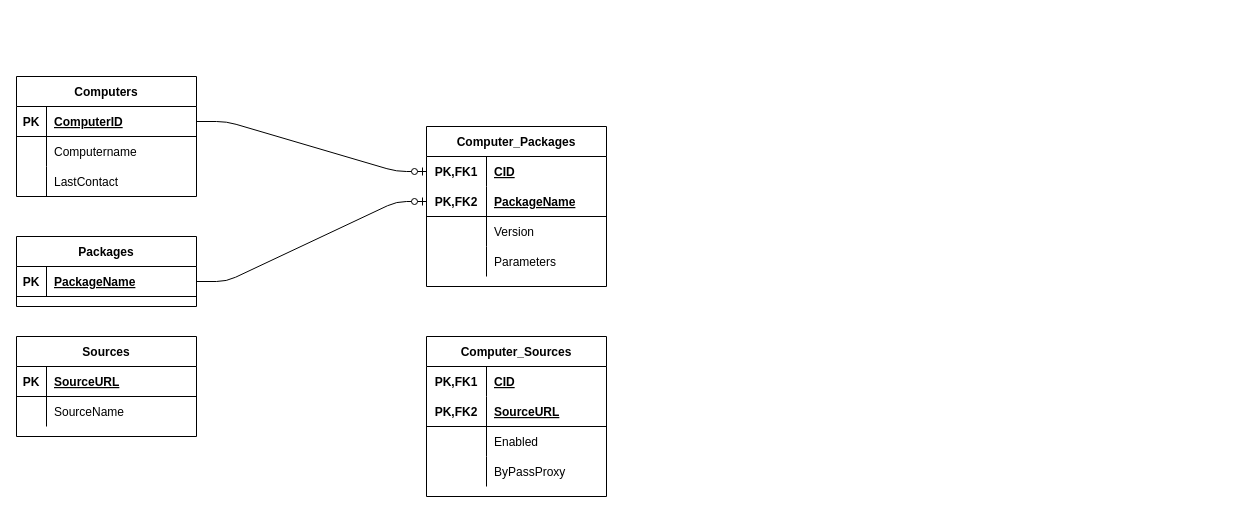
we-mi/ChocoStatServer keeps this draw.io diagram as doc/db.drawio. Above is the earlier version. Source tidied: cells renumbered, new cells numbered last; positions are measured from the earlier drawing's top-left corner, leaving out a move shared by most shapes. Both pictures are drawn from the tidied source at 100%, with x=0, y=0 at pixel (16, 76).
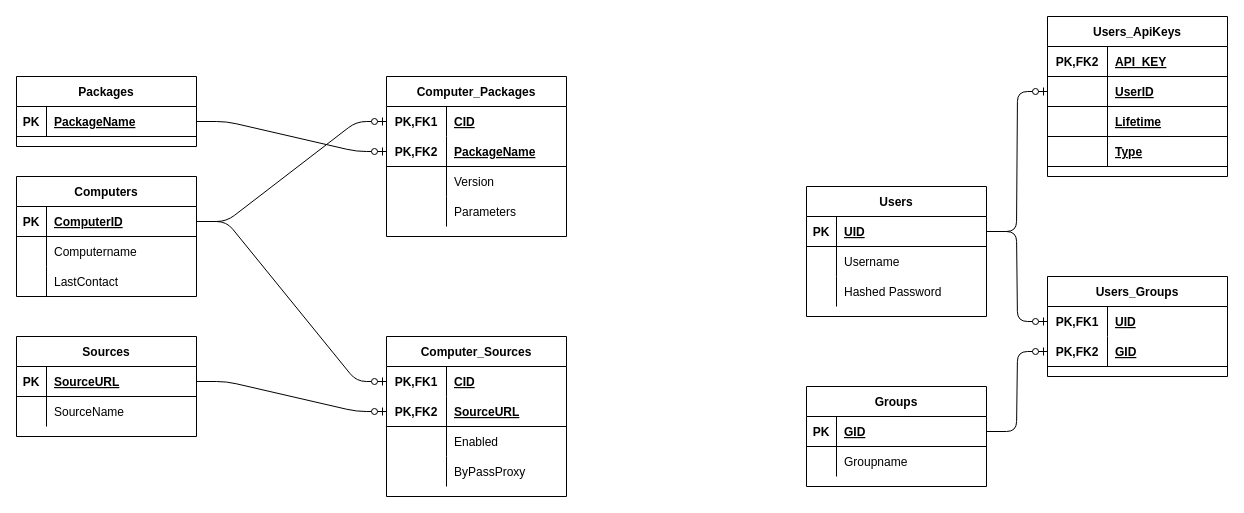
The same diagram, later.

Unchanged cells that the change refers to:
```xml
<mxCell id="3" style="shape=partialRectangle;fillColor=none;top=0;left=0;bottom=1;right=0;points=[[0,0.5],[1,0.5]];portConstraint=eastwest;" parent="2" vertex="1">
  <mxGeometry y="30" width="180" height="30" as="geometry" />
</mxCell>
<mxCell id="17" style="shape=partialRectangle;fillColor=none;top=0;left=0;bottom=1;right=0;points=[[0,0.5],[1,0.5]];portConstraint=eastwest;" parent="16" vertex="1">
  <mxGeometry y="30" width="180" height="30" as="geometry" />
</mxCell>
<mxCell id="39" style="shape=partialRectangle;fillColor=none;top=0;left=0;bottom=0;right=0;points=[[0,0.5],[1,0.5]];portConstraint=eastwest;" parent="38" vertex="1">
  <mxGeometry y="30" width="180" height="30" as="geometry" />
</mxCell>
<mxCell id="42" style="shape=partialRectangle;fillColor=none;top=0;left=0;bottom=1;right=0;points=[[0,0.5],[1,0.5]];portConstraint=eastwest;" parent="38" vertex="1">
  <mxGeometry y="60" width="180" height="30" as="geometry" />
</mxCell>
```

What changed in the source:
```diff
@@
     <mxCell id="2" value="Computers" style="shape=table;startSize=30;childLayout=tableLayout;rowLines=0;fontStyle=1;align=center;" parent="1" vertex="1">
-      <mxGeometry width="180" height="120" as="geometry" />
+      <mxGeometry y="100" width="180" height="120" as="geometry" />
     </mxCell>
@@
     <mxCell id="12" value="Packages" style="shape=table;startSize=30;childLayout=tableLayout;rowLines=0;fontStyle=1;align=center;" parent="1" vertex="1">
-      <mxGeometry y="160" width="180" height="70" as="geometry" />
+      <mxGeometry width="180" height="70" as="geometry" />
     </mxCell>
@@
     <mxCell id="23" value="Computer_Packages" style="shape=table;startSize=30;childLayout=tableLayout;rowLines=0;fontStyle=1;align=center;" parent="1" vertex="1">
-      <mxGeometry x="410" y="50" width="180" height="160" as="geometry" />
+      <mxGeometry x="370" width="180" height="160" as="geometry" />
     </mxCell>
@@
     <mxCell id="38" value="Computer_Sources" style="shape=table;startSize=30;childLayout=tableLayout;rowLines=0;fontStyle=1;align=center;" parent="1" vertex="1">
-      <mxGeometry x="410" y="260" width="180" height="160" as="geometry" />
+      <mxGeometry x="370" y="260" width="180" height="160" as="geometry" />
     </mxCell>
@@
+    <mxCell id="51" value="Users" style="shape=table;startSize=30;childLayout=tableLayout;rowLines=0;fontStyle=1;align=center;" parent="1" vertex="1">
+      <mxGeometry x="790" y="110" width="180" height="130" as="geometry" />
+    </mxCell>
+    <mxCell id="52" style="shape=partialRectangle;fillColor=none;top=0;left=0;bottom=1;right=0;points=[[0,0.5],[1,0.5]];portConstraint=eastwest;" parent="51" vertex="1">
+      <mxGeometry y="30" width="180" height="30" as="geometry" />
+    </mxCell>
+    <mxCell id="53" value="PK" style="shape=partialRectangle;fillColor=none;top=0;left=0;bottom=0;right=0;fontStyle=1;overflow=hidden;" parent="52" vertex="1">
+      <mxGeometry width="30" height="30" as="geometry" />
+    </mxCell>
+    <mxCell id="54" value="UID" style="shape=partialRectangle;fillColor=none;top=0;left=0;bottom=0;right=0;align=left;spacingLeft=6;fontStyle=5;overflow=hidden;" parent="52" vertex="1">
+      <mxGeometry x="30" width="150" height="30" as="geometry" />
+    </mxCell>
+    <mxCell id="55" style="shape=partialRectangle;fillColor=none;top=0;left=0;bottom=0;right=0;" parent="51" vertex="1">
+      <mxGeometry y="60" width="180" height="30" as="geometry" />
+    </mxCell>
+    <mxCell id="56" style="shape=partialRectangle;fillColor=none;top=0;left=0;bottom=0;right=0;overflow=hidden;" parent="55" vertex="1">
+      <mxGeometry width="30" height="30" as="geometry" />
+    </mxCell>
+    <mxCell id="57" value="Username" style="shape=partialRectangle;fillColor=none;top=0;left=0;bottom=0;right=0;align=left;spacingLeft=6;overflow=hidden;" parent="55" vertex="1">
+      <mxGeometry x="30" width="150" height="30" as="geometry" />
+    </mxCell>
+    <mxCell id="58" style="shape=partialRectangle;fillColor=none;top=0;left=0;bottom=0;right=0;" parent="51" vertex="1">
+      <mxGeometry y="90" width="180" height="30" as="geometry" />
+    </mxCell>
+    <mxCell id="59" style="shape=partialRectangle;fillColor=none;top=0;left=0;bottom=0;right=0;overflow=hidden;" parent="58" vertex="1">
+      <mxGeometry width="30" height="30" as="geometry" />
+    </mxCell>
+    <mxCell id="60" value="Hashed Password" style="shape=partialRectangle;fillColor=none;top=0;left=0;bottom=0;right=0;align=left;spacingLeft=6;overflow=hidden;" parent="58" vertex="1">
+      <mxGeometry x="30" width="150" height="30" as="geometry" />
+    </mxCell>
+    <mxCell id="61" value="Groups" style="shape=table;startSize=30;childLayout=tableLayout;rowLines=0;fontStyle=1;align=center;" parent="1" vertex="1">
+      <mxGeometry x="790" y="310" width="180" height="100" as="geometry" />
+    </mxCell>
+    <mxCell id="62" style="shape=partialRectangle;fillColor=none;top=0;left=0;bottom=1;right=0;points=[[0,0.5],[1,0.5]];portConstraint=eastwest;" parent="61" vertex="1">
+      <mxGeometry y="30" width="180" height="30" as="geometry" />
+    </mxCell>
+    <mxCell id="63" value="PK" style="shape=partialRectangle;fillColor=none;top=0;left=0;bottom=0;right=0;fontStyle=1;overflow=hidden;" parent="62" vertex="1">
+      <mxGeometry width="30" height="30" as="geometry" />
+    </mxCell>
+    <mxCell id="64" value="GID" style="shape=partialRectangle;fillColor=none;top=0;left=0;bottom=0;right=0;align=left;spacingLeft=6;fontStyle=5;overflow=hidden;" parent="62" vertex="1">
+      <mxGeometry x="30" width="150" height="30" as="geometry" />
+    </mxCell>
+    <mxCell id="65" style="shape=partialRectangle;fillColor=none;top=0;left=0;bottom=0;right=0;" parent="61" vertex="1">
+      <mxGeometry y="60" width="180" height="30" as="geometry" />
+    </mxCell>
+    <mxCell id="66" style="shape=partialRectangle;fillColor=none;top=0;left=0;bottom=0;right=0;overflow=hidden;" parent="65" vertex="1">
+      <mxGeometry width="30" height="30" as="geometry" />
+    </mxCell>
+    <mxCell id="67" value="Groupname" style="shape=partialRectangle;fillColor=none;top=0;left=0;bottom=0;right=0;align=left;spacingLeft=6;overflow=hidden;" parent="65" vertex="1">
+      <mxGeometry x="30" width="150" height="30" as="geometry" />
+    </mxCell>
+    <mxCell id="68" value="Users_Groups" style="shape=table;startSize=30;childLayout=tableLayout;rowLines=0;fontStyle=1;align=center;" parent="1" vertex="1">
+      <mxGeometry x="1031" y="200" width="180" height="100" as="geometry" />
+    </mxCell>
+    <mxCell id="69" style="shape=partialRectangle;fillColor=none;top=0;left=0;bottom=0;right=0;points=[[0,0.5],[1,0.5]];portConstraint=eastwest;" parent="68" vertex="1">
+      <mxGeometry y="30" width="180" height="30" as="geometry" />
+    </mxCell>
+    <mxCell id="70" value="PK,FK1" style="shape=partialRectangle;fillColor=none;top=0;left=0;bottom=0;right=0;fontStyle=1;overflow=hidden;" parent="69" vertex="1">
+      <mxGeometry width="60" height="30" as="geometry" />
+    </mxCell>
+    <mxCell id="71" value="UID" style="shape=partialRectangle;fillColor=none;top=0;left=0;bottom=0;right=0;align=left;spacingLeft=6;fontStyle=5;overflow=hidden;" parent="69" vertex="1">
+      <mxGeometry x="60" width="120" height="30" as="geometry" />
+    </mxCell>
+    <mxCell id="72" style="shape=partialRectangle;fillColor=none;top=0;left=0;bottom=1;right=0;points=[[0,0.5],[1,0.5]];portConstraint=eastwest;" parent="68" vertex="1">
+      <mxGeometry y="60" width="180" height="30" as="geometry" />
+    </mxCell>
+    <mxCell id="73" value="PK,FK2" style="shape=partialRectangle;fillColor=none;top=0;left=0;bottom=0;right=0;fontStyle=1;overflow=hidden;" parent="72" vertex="1">
+      <mxGeometry width="60" height="30" as="geometry" />
+    </mxCell>
+    <mxCell id="74" value="GID" style="shape=partialRectangle;fillColor=none;top=0;left=0;bottom=0;right=0;align=left;spacingLeft=6;fontStyle=5;overflow=hidden;" parent="72" vertex="1">
+      <mxGeometry x="60" width="120" height="30" as="geometry" />
+    </mxCell>
+    <mxCell id="75" style="edgeStyle=entityRelationEdgeStyle;fontSize=12;html=1;endArrow=ERzeroToOne;endFill=1;entryX=0;entryY=0.5;entryDx=0;entryDy=0;exitX=1;exitY=0.5;exitDx=0;exitDy=0;" parent="1" edge="1" source="52" target="69">
+      <mxGeometry relative="1" as="geometry" />
+    </mxCell>
+    <mxCell id="76" style="edgeStyle=entityRelationEdgeStyle;fontSize=12;html=1;endArrow=ERzeroToOne;endFill=1;exitX=1;exitY=0.5;exitDx=0;exitDy=0;entryX=0;entryY=0.5;entryDx=0;entryDy=0;" parent="1" edge="1" source="62" target="72">
+      <mxGeometry relative="1" as="geometry" />
+    </mxCell>
+    <mxCell id="77" value="Users_ApiKeys" style="shape=table;startSize=30;childLayout=tableLayout;rowLines=0;fontStyle=1;align=center;" parent="1" vertex="1">
+      <mxGeometry x="1031" y="-60" width="180" height="160" as="geometry" />
+    </mxCell>
+    <mxCell id="78" style="shape=partialRectangle;fillColor=none;top=0;left=0;bottom=1;right=0;" parent="77" vertex="1">
+      <mxGeometry y="30" width="180" height="30" as="geometry" />
+    </mxCell>
+    <mxCell id="79" value="PK,FK2" style="shape=partialRectangle;fillColor=none;top=0;left=0;bottom=0;right=0;fontStyle=1;overflow=hidden;" parent="78" vertex="1">
+      <mxGeometry width="60" height="30" as="geometry" />
+    </mxCell>
+    <mxCell id="80" value="API_KEY" style="shape=partialRectangle;fillColor=none;top=0;left=0;bottom=0;right=0;align=left;spacingLeft=6;fontStyle=5;overflow=hidden;" parent="78" vertex="1">
+      <mxGeometry x="60" width="120" height="30" as="geometry" />
+    </mxCell>
+    <mxCell id="81" style="shape=partialRectangle;fillColor=none;top=0;left=0;bottom=1;right=0;points=[[0,0.5],[1,0.5]];portConstraint=eastwest;" parent="77" vertex="1">
+      <mxGeometry y="60" width="180" height="30" as="geometry" />
+    </mxCell>
+    <mxCell id="82" style="shape=partialRectangle;fillColor=none;top=0;left=0;bottom=0;right=0;fontStyle=1;overflow=hidden;" parent="81" vertex="1">
+      <mxGeometry width="60" height="30" as="geometry" />
+    </mxCell>
+    <mxCell id="83" value="UserID" style="shape=partialRectangle;fillColor=none;top=0;left=0;bottom=0;right=0;align=left;spacingLeft=6;fontStyle=5;overflow=hidden;" parent="81" vertex="1">
+      <mxGeometry x="60" width="120" height="30" as="geometry" />
+    </mxCell>
+    <mxCell id="84" style="shape=partialRectangle;fillColor=none;top=0;left=0;bottom=1;right=0;" parent="77" vertex="1">
+      <mxGeometry y="90" width="180" height="30" as="geometry" />
+    </mxCell>
+    <mxCell id="85" style="shape=partialRectangle;fillColor=none;top=0;left=0;bottom=0;right=0;fontStyle=1;overflow=hidden;" parent="84" vertex="1">
+      <mxGeometry width="60" height="30" as="geometry" />
+    </mxCell>
+    <mxCell id="86" value="Lifetime" style="shape=partialRectangle;fillColor=none;top=0;left=0;bottom=0;right=0;align=left;spacingLeft=6;fontStyle=5;overflow=hidden;" parent="84" vertex="1">
+      <mxGeometry x="60" width="120" height="30" as="geometry" />
+    </mxCell>
+    <mxCell id="87" style="shape=partialRectangle;fillColor=none;top=0;left=0;bottom=1;right=0;" parent="77" vertex="1">
+      <mxGeometry y="120" width="180" height="30" as="geometry" />
+    </mxCell>
+    <mxCell id="88" style="shape=partialRectangle;fillColor=none;top=0;left=0;bottom=0;right=0;fontStyle=1;overflow=hidden;" parent="87" vertex="1">
+      <mxGeometry width="60" height="30" as="geometry" />
+    </mxCell>
+    <mxCell id="89" value="Type" style="shape=partialRectangle;fillColor=none;top=0;left=0;bottom=0;right=0;align=left;spacingLeft=6;fontStyle=5;overflow=hidden;" parent="87" vertex="1">
+      <mxGeometry x="60" width="120" height="30" as="geometry" />
+    </mxCell>
+    <mxCell id="90" style="edgeStyle=entityRelationEdgeStyle;fontSize=12;html=1;endArrow=ERzeroToOne;endFill=1;entryX=0;entryY=0.5;entryDx=0;entryDy=0;exitX=1;exitY=0.5;exitDx=0;exitDy=0;" parent="1" edge="1" source="52" target="81">
+      <mxGeometry relative="1" as="geometry" />
+    </mxCell>
+    <mxCell id="91" style="edgeStyle=entityRelationEdgeStyle;fontSize=12;html=1;endArrow=ERzeroToOne;endFill=1;exitX=1;exitY=0.5;exitDx=0;exitDy=0;entryX=0;entryY=0.5;entryDx=0;entryDy=0;" parent="1" edge="1" source="17" target="42">
+      <mxGeometry relative="1" as="geometry" />
+    </mxCell>
+    <mxCell id="92" style="edgeStyle=entityRelationEdgeStyle;fontSize=12;html=1;endArrow=ERzeroToOne;endFill=1;exitX=1;exitY=0.5;exitDx=0;exitDy=0;entryX=0;entryY=0.5;entryDx=0;entryDy=0;" parent="1" edge="1" source="3" target="39">
+      <mxGeometry relative="1" as="geometry" />
+    </mxCell>
```
